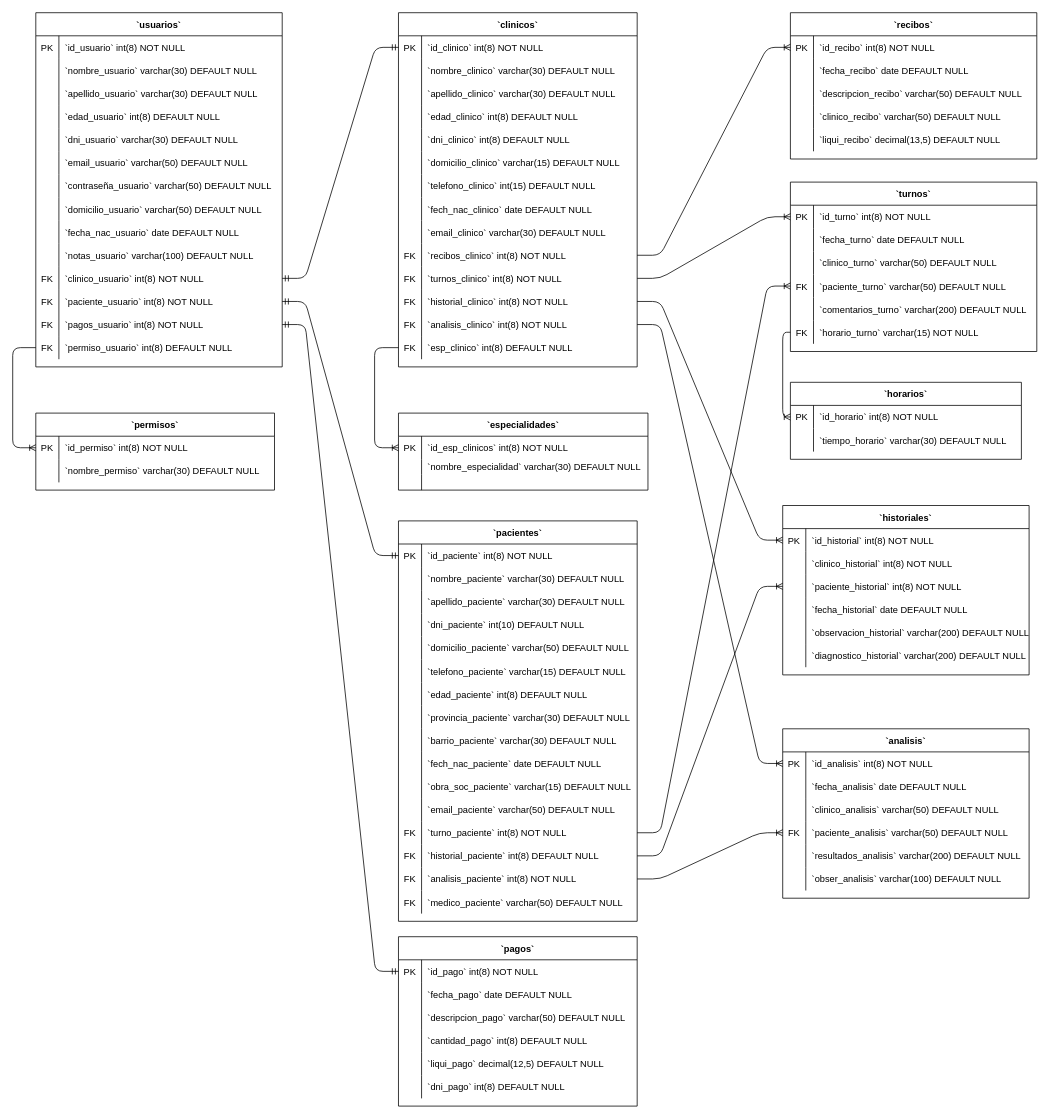
Above: theclinicadmV0.8.drawio in malka07/TheClinicAdm2.0 (draw.io), before the change. Source tidied: cells renumbered, new cells numbered last; positions are measured from the earlier drawing's top-left corner, leaving out a move shared by most shapes. Both pictures are drawn from the tidied source at 77%, with x=0, y=0 at pixel (12, 12).
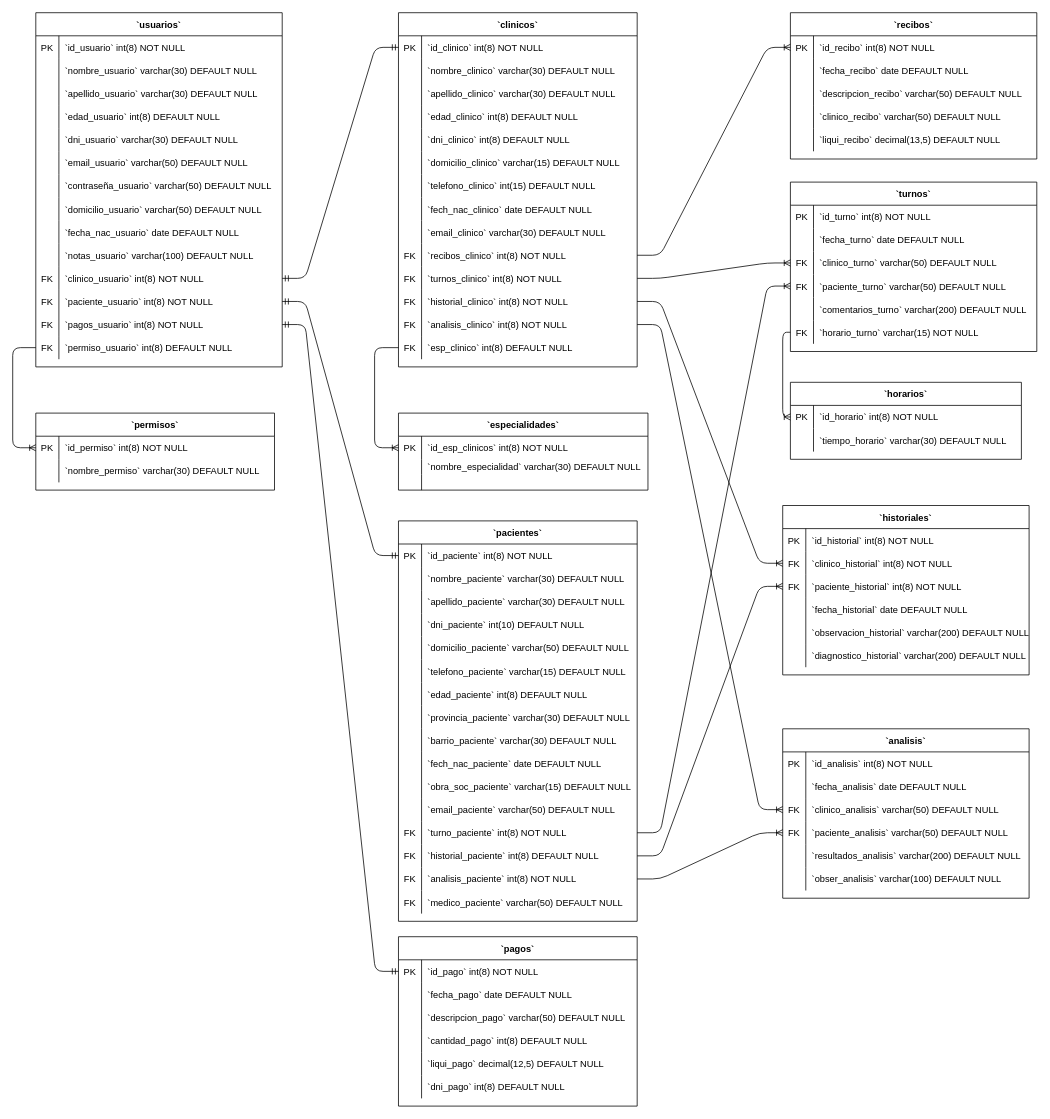
The same page after the edit.

The change refers to these unchanged cells:
```xml
<mxCell id="77" style="shape=partialRectangle;fillColor=none;points=[[0,0.5],[1,0.5]];portConstraint=eastwest;top=0;left=0;right=0;bottom=0;" parent="46" vertex="1">
  <mxGeometry y="330" width="310" height="30" as="geometry" />
</mxCell>
<mxCell id="80" style="shape=partialRectangle;fillColor=none;points=[[0,0.5],[1,0.5]];portConstraint=eastwest;top=0;left=0;right=0;bottom=0;" parent="46" vertex="1">
  <mxGeometry y="360" width="310" height="30" as="geometry" />
</mxCell>
<mxCell id="83" style="shape=partialRectangle;fillColor=none;points=[[0,0.5],[1,0.5]];portConstraint=eastwest;top=0;left=0;right=0;bottom=0;" parent="46" vertex="1">
  <mxGeometry y="390" width="310" height="30" as="geometry" />
</mxCell>
<mxCell id="184" style="shape=partialRectangle;fillColor=none;points=[[0,0.5],[1,0.5]];portConstraint=eastwest;top=0;left=0;right=0;bottom=0;" parent="183" vertex="1">
  <mxGeometry y="30" width="320" height="30" as="geometry" />
</mxCell>
<mxCell id="190" style="shape=partialRectangle;fillColor=none;points=[[0,0.5],[1,0.5]];portConstraint=eastwest;top=0;left=0;right=0;bottom=0;" parent="183" vertex="1">
  <mxGeometry y="90" width="320" height="30" as="geometry" />
</mxCell>
<mxCell id="229" style="shape=partialRectangle;fillColor=none;points=[[0,0.5],[1,0.5]];portConstraint=eastwest;top=0;left=0;right=0;bottom=0;" parent="228" vertex="1">
  <mxGeometry y="30" width="320" height="30" as="geometry" />
</mxCell>
<mxCell id="235" style="shape=partialRectangle;fillColor=none;points=[[0,0.5],[1,0.5]];portConstraint=eastwest;top=0;left=0;right=0;bottom=0;" parent="228" vertex="1">
  <mxGeometry y="90" width="320" height="30" as="geometry" />
</mxCell>
<mxCell id="248" style="shape=partialRectangle;fillColor=none;points=[[0,0.5],[1,0.5]];portConstraint=eastwest;top=0;left=0;right=0;bottom=0;" parent="247" vertex="1">
  <mxGeometry y="30" width="320" height="30" as="geometry" />
</mxCell>
<mxCell id="251" style="shape=partialRectangle;fillColor=none;points=[[0,0.5],[1,0.5]];portConstraint=eastwest;top=0;left=0;right=0;bottom=0;" parent="247" vertex="1">
  <mxGeometry y="60" width="320" height="30" as="geometry" />
</mxCell>
<mxCell id="254" style="shape=partialRectangle;fillColor=none;points=[[0,0.5],[1,0.5]];portConstraint=eastwest;top=0;left=0;right=0;bottom=0;" parent="247" vertex="1">
  <mxGeometry y="90" width="320" height="30" as="geometry" />
</mxCell>
```

Diff of the diagram source:
```diff
@@
-    <mxCell id="93" style="edgeStyle=entityRelationEdgeStyle;fontSize=12;html=1;endArrow=ERoneToMany;entryX=0;entryY=0.5;entryDx=0;entryDy=0;exitX=1;exitY=0.5;exitDx=0;exitDy=0;" parent="1" edge="1" source="77" target="184">
+    <mxCell id="93" style="edgeStyle=entityRelationEdgeStyle;fontSize=12;html=1;endArrow=ERoneToMany;entryX=0;entryY=0.5;entryDx=0;entryDy=0;exitX=1;exitY=0.5;exitDx=0;exitDy=0;" parent="1" edge="1" source="77" target="190">
       <mxGeometry relative="1" as="geometry" />
     </mxCell>
-    <mxCell id="94" style="edgeStyle=entityRelationEdgeStyle;fontSize=12;html=1;endArrow=ERoneToMany;exitX=1;exitY=0.5;exitDx=0;exitDy=0;entryX=0;entryY=0.5;entryDx=0;entryDy=0;" parent="1" edge="1" source="80" target="248">
+    <mxCell id="94" style="edgeStyle=entityRelationEdgeStyle;fontSize=12;html=1;endArrow=ERoneToMany;exitX=1;exitY=0.5;exitDx=0;exitDy=0;entryX=0;entryY=0.5;entryDx=0;entryDy=0;" parent="1" edge="1" source="80" target="251">
       <mxGeometry relative="1" as="geometry" />
     </mxCell>
@@
-    <mxCell id="97" style="edgeStyle=entityRelationEdgeStyle;fontSize=12;html=1;endArrow=ERoneToMany;entryX=0;entryY=0.5;entryDx=0;entryDy=0;exitX=1;exitY=0.5;exitDx=0;exitDy=0;" parent="1" edge="1" source="83" target="229">
+    <mxCell id="97" style="edgeStyle=entityRelationEdgeStyle;fontSize=12;html=1;endArrow=ERoneToMany;entryX=0;entryY=0.5;entryDx=0;entryDy=0;exitX=1;exitY=0.5;exitDx=0;exitDy=0;" parent="1" edge="1" source="83" target="235">
       <mxGeometry relative="1" as="geometry" />
     </mxCell>
@@
-    <mxCell id="191" style="shape=partialRectangle;overflow=hidden;fillColor=none;top=0;left=0;bottom=0;right=0;" parent="190" vertex="1">
+    <mxCell id="191" value="FK" style="shape=partialRectangle;overflow=hidden;fillColor=none;top=0;left=0;bottom=0;right=0;" parent="190" vertex="1">
       <mxGeometry width="30" height="30" as="geometry" />
     </mxCell>
@@
-    <mxCell id="236" style="shape=partialRectangle;overflow=hidden;fillColor=none;top=0;left=0;bottom=0;right=0;" parent="235" vertex="1">
+    <mxCell id="236" value="FK" style="shape=partialRectangle;overflow=hidden;fillColor=none;top=0;left=0;bottom=0;right=0;" parent="235" vertex="1">
       <mxGeometry width="30" height="30" as="geometry" />
     </mxCell>
@@
-    <mxCell id="252" style="shape=partialRectangle;overflow=hidden;fillColor=none;top=0;left=0;bottom=0;right=0;" parent="251" vertex="1">
+    <mxCell id="252" value="FK" style="shape=partialRectangle;overflow=hidden;fillColor=none;top=0;left=0;bottom=0;right=0;" parent="251" vertex="1">
       <mxGeometry width="30" height="30" as="geometry" />
     </mxCell>
@@
-    <mxCell id="255" style="shape=partialRectangle;overflow=hidden;fillColor=none;top=0;left=0;bottom=0;right=0;" parent="254" vertex="1">
+    <mxCell id="255" value="FK" style="shape=partialRectangle;overflow=hidden;fillColor=none;top=0;left=0;bottom=0;right=0;" parent="254" vertex="1">
       <mxGeometry width="30" height="30" as="geometry" />
     </mxCell>
```
